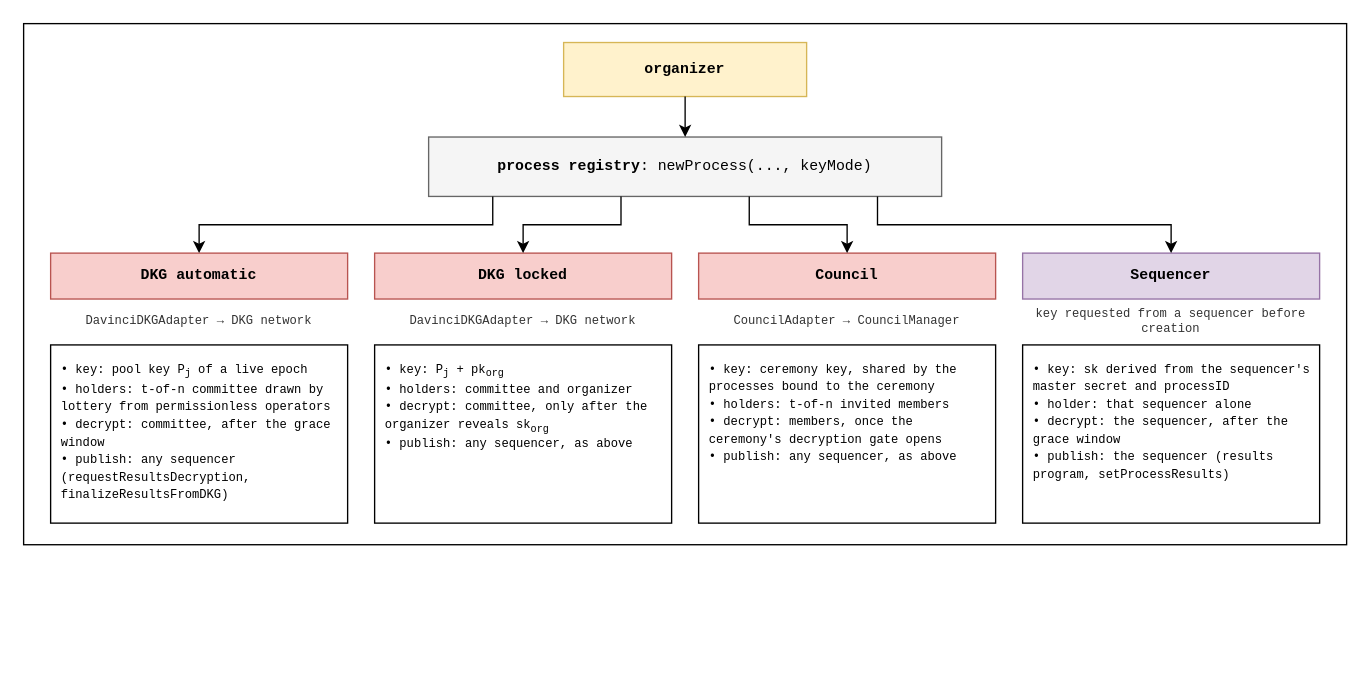
Before: v2/figures/key-modes.drawio in vocdoni/davinci-paper, a draw.io diagram. Source tidied: cells renumbered, new cells numbered last; positions are measured from the earlier drawing's top-left corner, leaving out a move shared by most shapes. Both pictures are drawn from the tidied source at 135%, with x=0, y=0 at pixel (23, 23).
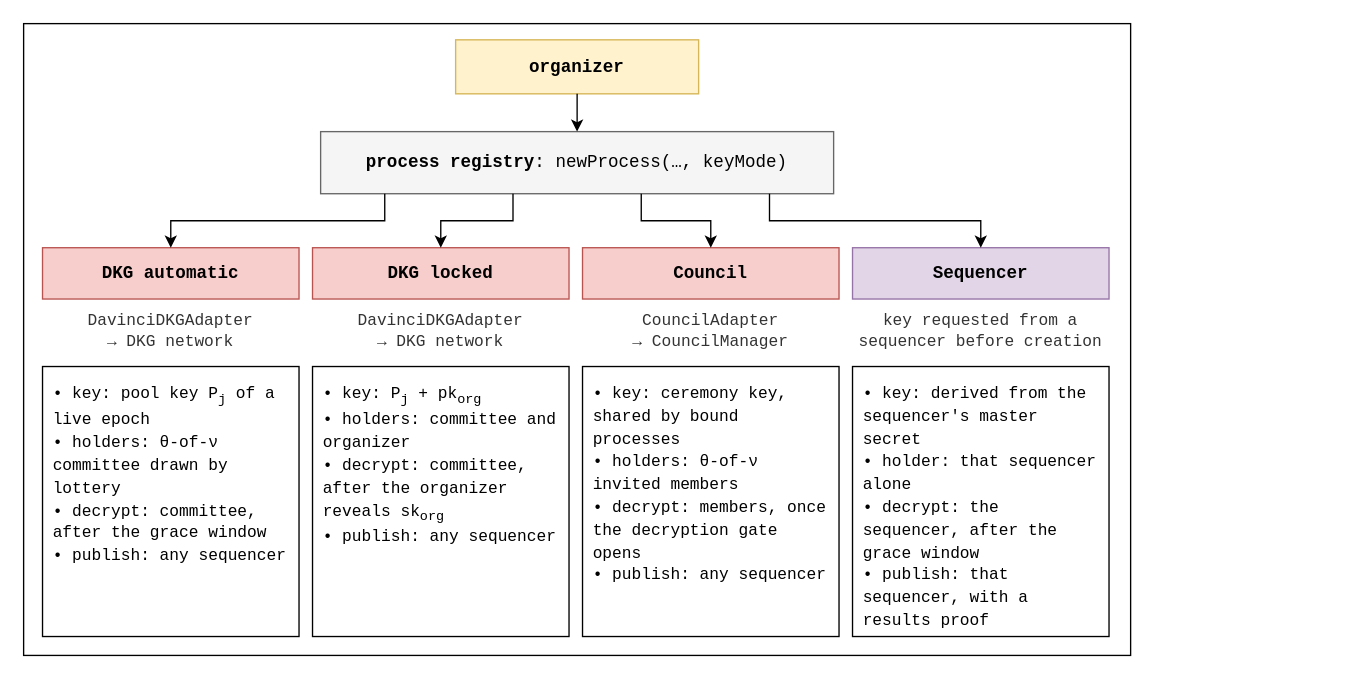
Above is the later version.

Change to the diagram source:
```diff
@@
+    <mxCell id="21" style="rounded=0;whiteSpace=wrap;html=1;fontSize=11;fillColor=none;strokeColor=#000000;fontFamily=Courier New;verticalAlign=top;align=center;spacingTop=4;spacingLeft=6;fontStyle=1;" parent="1" vertex="1">
+      <mxGeometry width="820" height="468" as="geometry" />
+    </mxCell>
-    <mxCell id="2" style="rounded=0;whiteSpace=wrap;html=1;fontSize=11;fillColor=none;strokeColor=#000000;fontFamily=Courier New;verticalAlign=top;align=center;spacingTop=4;spacingLeft=6;fontStyle=1;" parent="1" vertex="1">
-      <mxGeometry width="980" height="386" as="geometry" />
+    <mxCell id="2" value="&lt;b&gt;organizer&lt;/b&gt;" style="rounded=0;whiteSpace=wrap;html=1;fontSize=13;fillColor=#fff2cc;strokeColor=#d6b656;fontFamily=Courier New;align=center;verticalAlign=middle;" parent="1" vertex="1">
+      <mxGeometry x="320" y="12" width="180" height="40" as="geometry" />
     </mxCell>
-    <mxCell id="3" value="&lt;b&gt;organizer&lt;/b&gt;" style="rounded=0;whiteSpace=wrap;html=1;fontSize=11;fillColor=#fff2cc;strokeColor=#d6b656;fontFamily=Courier New;align=center;verticalAlign=middle;" parent="1" vertex="1">
-      <mxGeometry x="400" y="14" width="180" height="40" as="geometry" />
+    <mxCell id="3" value="&lt;b&gt;process registry&lt;/b&gt;: newProcess(&amp;hellip;, keyMode)" style="rounded=0;whiteSpace=wrap;html=1;fontSize=13;fillColor=#f5f5f5;strokeColor=#666666;fontFamily=Courier New;align=center;verticalAlign=middle;" parent="1" vertex="1">
+      <mxGeometry x="220" y="80" width="380" height="46" as="geometry" />
     </mxCell>
-    <mxCell id="4" value="&lt;b&gt;process registry&lt;/b&gt;: newProcess(..., keyMode)" style="rounded=0;whiteSpace=wrap;html=1;fontSize=11;fillColor=#f5f5f5;strokeColor=#666666;fontFamily=Courier New;align=center;verticalAlign=middle;" parent="1" vertex="1">
-      <mxGeometry x="300" y="84" width="380" height="44" as="geometry" />
+    <mxCell id="4" style="edgeStyle=orthogonalEdgeStyle;rounded=0;html=1;endArrow=classic;startArrow=none;endSize=6;startSize=6;fontSize=10;fontFamily=Courier New;strokeColor=#000000;strokeWidth=1;labelBackgroundColor=#ffffff;exitX=0.5;exitY=1;exitDx=0;exitDy=0;entryX=0.5;entryY=0;entryDx=0;entryDy=0;" parent="1" edge="1" source="2" target="3">
+      <mxGeometry relative="1" as="geometry" />
     </mxCell>
-    <mxCell id="5" style="edgeStyle=orthogonalEdgeStyle;rounded=0;html=1;endArrow=classic;startArrow=none;endSize=6;startSize=6;fontSize=10;fontFamily=Courier New;strokeColor=#000000;strokeWidth=1;labelBackgroundColor=#ffffff;exitX=0.5;exitY=1;exitDx=0;exitDy=0;entryX=0.5;entryY=0;entryDx=0;entryDy=0;" parent="1" edge="1" source="3" target="4">
-      <mxGeometry relative="1" as="geometry" />
+    <mxCell id="5" value="&lt;b&gt;DKG automatic&lt;/b&gt;" style="rounded=0;whiteSpace=wrap;html=1;fontSize=13;fillColor=#f8cecc;strokeColor=#b85450;fontFamily=Courier New;align=center;verticalAlign=middle;" parent="1" vertex="1">
+      <mxGeometry x="14" y="166" width="190" height="38" as="geometry" />
     </mxCell>
-    <mxCell id="6" value="&lt;b&gt;DKG automatic&lt;/b&gt;" style="rounded=0;whiteSpace=wrap;html=1;fontSize=11;fillColor=#f8cecc;strokeColor=#b85450;fontFamily=Courier New;align=center;verticalAlign=middle;" parent="1" vertex="1">
-      <mxGeometry x="20" y="170" width="220" height="34" as="geometry" />
+    <mxCell id="6" style="edgeStyle=orthogonalEdgeStyle;rounded=0;html=1;endArrow=classic;startArrow=none;endSize=6;startSize=6;fontSize=10;fontFamily=Courier New;strokeColor=#000000;strokeWidth=1;labelBackgroundColor=#ffffff;exitX=0.125;exitY=1;exitDx=0;exitDy=0;entryX=0.5;entryY=0;entryDx=0;entryDy=0;" parent="1" edge="1" source="3" target="5">
+      <mxGeometry relative="1" as="geometry" />
     </mxCell>
-    <mxCell id="7" style="edgeStyle=orthogonalEdgeStyle;rounded=0;html=1;endArrow=classic;startArrow=none;endSize=6;startSize=6;fontSize=10;fontFamily=Courier New;strokeColor=#000000;strokeWidth=1;labelBackgroundColor=#ffffff;exitX=0.125;exitY=1;exitDx=0;exitDy=0;entryX=0.5;entryY=0;entryDx=0;entryDy=0;" parent="1" edge="1" source="4" target="6">
-      <mxGeometry relative="1" as="geometry" />
+    <mxCell id="7" value="DavinciDKGAdapter&lt;br&gt;&amp;rarr; DKG network" style="text;html=1;whiteSpace=wrap;fontSize=12;fontFamily=Courier New;align=center;verticalAlign=middle;fontColor=#333333;" parent="1" vertex="1">
+      <mxGeometry x="14" y="208" width="190" height="40" as="geometry" />
     </mxCell>
-    <mxCell id="8" value="DavinciDKGAdapter &amp;rarr; DKG network" style="text;html=1;whiteSpace=wrap;fontSize=9;fontFamily=Courier New;align=center;verticalAlign=middle;fontColor=#333333;" parent="1" vertex="1">
-      <mxGeometry x="20" y="206" width="220" height="30" as="geometry" />
+    <mxCell id="8" value="&lt;div style='text-align:left;line-height:1.4'&gt;&amp;bull; key: pool key P&lt;sub&gt;j&lt;/sub&gt; of a live epoch&lt;br&gt;&amp;bull; holders: &amp;theta;-of-&amp;nu; committee drawn by lottery&lt;br&gt;&amp;bull; decrypt: committee, after the grace window&lt;br&gt;&amp;bull; publish: any sequencer&lt;/div&gt;" style="rounded=0;whiteSpace=wrap;html=1;fontSize=12;fillColor=#ffffff;strokeColor=#000000;fontFamily=Courier New;align=left;verticalAlign=top;spacingLeft=6;spacingTop=6;spacingRight=4;" parent="1" vertex="1">
+      <mxGeometry x="14" y="254" width="190" height="200" as="geometry" />
     </mxCell>
-    <mxCell id="9" value="&lt;div style='text-align:left;line-height:1.45'&gt;&amp;bull; key: pool key P&lt;sub&gt;j&lt;/sub&gt; of a live epoch&lt;br&gt;&amp;bull; holders: t-of-n committee drawn by lottery from permissionless operators&lt;br&gt;&amp;bull; decrypt: committee, after the grace window&lt;br&gt;&amp;bull; publish: any sequencer (requestResultsDecryption, finalizeResultsFromDKG)&lt;/div&gt;" style="rounded=0;whiteSpace=wrap;html=1;fontSize=9;fillColor=#ffffff;strokeColor=#000000;fontFamily=Courier New;align=left;verticalAlign=top;spacingLeft=6;spacingTop=6;spacingRight=6;" parent="1" vertex="1">
-      <mxGeometry x="20" y="238" width="220" height="132" as="geometry" />
+    <mxCell id="9" value="&lt;b&gt;DKG locked&lt;/b&gt;" style="rounded=0;whiteSpace=wrap;html=1;fontSize=13;fillColor=#f8cecc;strokeColor=#b85450;fontFamily=Courier New;align=center;verticalAlign=middle;" parent="1" vertex="1">
+      <mxGeometry x="214" y="166" width="190" height="38" as="geometry" />
     </mxCell>
-    <mxCell id="10" value="&lt;b&gt;DKG locked&lt;/b&gt;" style="rounded=0;whiteSpace=wrap;html=1;fontSize=11;fillColor=#f8cecc;strokeColor=#b85450;fontFamily=Courier New;align=center;verticalAlign=middle;" parent="1" vertex="1">
-      <mxGeometry x="260" y="170" width="220" height="34" as="geometry" />
+    <mxCell id="10" style="edgeStyle=orthogonalEdgeStyle;rounded=0;html=1;endArrow=classic;startArrow=none;endSize=6;startSize=6;fontSize=10;fontFamily=Courier New;strokeColor=#000000;strokeWidth=1;labelBackgroundColor=#ffffff;exitX=0.375;exitY=1;exitDx=0;exitDy=0;entryX=0.5;entryY=0;entryDx=0;entryDy=0;" parent="1" edge="1" source="3" target="9">
+      <mxGeometry relative="1" as="geometry" />
     </mxCell>
-    <mxCell id="11" style="edgeStyle=orthogonalEdgeStyle;rounded=0;html=1;endArrow=classic;startArrow=none;endSize=6;startSize=6;fontSize=10;fontFamily=Courier New;strokeColor=#000000;strokeWidth=1;labelBackgroundColor=#ffffff;exitX=0.375;exitY=1;exitDx=0;exitDy=0;entryX=0.5;entryY=0;entryDx=0;entryDy=0;" parent="1" edge="1" source="4" target="10">
-      <mxGeometry relative="1" as="geometry" />
+    <mxCell id="11" value="DavinciDKGAdapter&lt;br&gt;&amp;rarr; DKG network" style="text;html=1;whiteSpace=wrap;fontSize=12;fontFamily=Courier New;align=center;verticalAlign=middle;fontColor=#333333;" parent="1" vertex="1">
+      <mxGeometry x="214" y="208" width="190" height="40" as="geometry" />
     </mxCell>
-    <mxCell id="12" value="DavinciDKGAdapter &amp;rarr; DKG network" style="text;html=1;whiteSpace=wrap;fontSize=9;fontFamily=Courier New;align=center;verticalAlign=middle;fontColor=#333333;" parent="1" vertex="1">
-      <mxGeometry x="260" y="206" width="220" height="30" as="geometry" />
+    <mxCell id="12" value="&lt;div style='text-align:left;line-height:1.4'&gt;&amp;bull; key: P&lt;sub&gt;j&lt;/sub&gt; + pk&lt;sub&gt;org&lt;/sub&gt;&lt;br&gt;&amp;bull; holders: committee and organizer&lt;br&gt;&amp;bull; decrypt: committee, after the organizer reveals sk&lt;sub&gt;org&lt;/sub&gt;&lt;br&gt;&amp;bull; publish: any sequencer&lt;/div&gt;" style="rounded=0;whiteSpace=wrap;html=1;fontSize=12;fillColor=#ffffff;strokeColor=#000000;fontFamily=Courier New;align=left;verticalAlign=top;spacingLeft=6;spacingTop=6;spacingRight=4;" parent="1" vertex="1">
+      <mxGeometry x="214" y="254" width="190" height="200" as="geometry" />
     </mxCell>
-    <mxCell id="13" value="&lt;div style='text-align:left;line-height:1.45'&gt;&amp;bull; key: P&lt;sub&gt;j&lt;/sub&gt; + pk&lt;sub&gt;org&lt;/sub&gt;&lt;br&gt;&amp;bull; holders: committee and organizer&lt;br&gt;&amp;bull; decrypt: committee, only after the organizer reveals sk&lt;sub&gt;org&lt;/sub&gt;&lt;br&gt;&amp;bull; publish: any sequencer, as above&lt;/div&gt;" style="rounded=0;whiteSpace=wrap;html=1;fontSize=9;fillColor=#ffffff;strokeColor=#000000;fontFamily=Courier New;align=left;verticalAlign=top;spacingLeft=6;spacingTop=6;spacingRight=6;" parent="1" vertex="1">
-      <mxGeometry x="260" y="238" width="220" height="132" as="geometry" />
+    <mxCell id="13" value="&lt;b&gt;Council&lt;/b&gt;" style="rounded=0;whiteSpace=wrap;html=1;fontSize=13;fillColor=#f8cecc;strokeColor=#b85450;fontFamily=Courier New;align=center;verticalAlign=middle;" parent="1" vertex="1">
+      <mxGeometry x="414" y="166" width="190" height="38" as="geometry" />
     </mxCell>
-    <mxCell id="14" value="&lt;b&gt;Council&lt;/b&gt;" style="rounded=0;whiteSpace=wrap;html=1;fontSize=11;fillColor=#f8cecc;strokeColor=#b85450;fontFamily=Courier New;align=center;verticalAlign=middle;" parent="1" vertex="1">
-      <mxGeometry x="500" y="170" width="220" height="34" as="geometry" />
+    <mxCell id="14" style="edgeStyle=orthogonalEdgeStyle;rounded=0;html=1;endArrow=classic;startArrow=none;endSize=6;startSize=6;fontSize=10;fontFamily=Courier New;strokeColor=#000000;strokeWidth=1;labelBackgroundColor=#ffffff;exitX=0.625;exitY=1;exitDx=0;exitDy=0;entryX=0.5;entryY=0;entryDx=0;entryDy=0;" parent="1" edge="1" source="3" target="13">
+      <mxGeometry relative="1" as="geometry" />
     </mxCell>
-    <mxCell id="15" style="edgeStyle=orthogonalEdgeStyle;rounded=0;html=1;endArrow=classic;startArrow=none;endSize=6;startSize=6;fontSize=10;fontFamily=Courier New;strokeColor=#000000;strokeWidth=1;labelBackgroundColor=#ffffff;exitX=0.625;exitY=1;exitDx=0;exitDy=0;entryX=0.5;entryY=0;entryDx=0;entryDy=0;" parent="1" edge="1" source="4" target="14">
-      <mxGeometry relative="1" as="geometry" />
+    <mxCell id="15" value="CouncilAdapter&lt;br&gt;&amp;rarr; CouncilManager" style="text;html=1;whiteSpace=wrap;fontSize=12;fontFamily=Courier New;align=center;verticalAlign=middle;fontColor=#333333;" parent="1" vertex="1">
+      <mxGeometry x="414" y="208" width="190" height="40" as="geometry" />
     </mxCell>
-    <mxCell id="16" value="CouncilAdapter &amp;rarr; CouncilManager" style="text;html=1;whiteSpace=wrap;fontSize=9;fontFamily=Courier New;align=center;verticalAlign=middle;fontColor=#333333;" parent="1" vertex="1">
-      <mxGeometry x="500" y="206" width="220" height="30" as="geometry" />
+    <mxCell id="16" value="&lt;div style='text-align:left;line-height:1.4'&gt;&amp;bull; key: ceremony key, shared by bound processes&lt;br&gt;&amp;bull; holders: &amp;theta;-of-&amp;nu; invited members&lt;br&gt;&amp;bull; decrypt: members, once the decryption gate opens&lt;br&gt;&amp;bull; publish: any sequencer&lt;/div&gt;" style="rounded=0;whiteSpace=wrap;html=1;fontSize=12;fillColor=#ffffff;strokeColor=#000000;fontFamily=Courier New;align=left;verticalAlign=top;spacingLeft=6;spacingTop=6;spacingRight=4;" parent="1" vertex="1">
+      <mxGeometry x="414" y="254" width="190" height="200" as="geometry" />
     </mxCell>
-    <mxCell id="17" value="&lt;div style='text-align:left;line-height:1.45'&gt;&amp;bull; key: ceremony key, shared by the processes bound to the ceremony&lt;br&gt;&amp;bull; holders: t-of-n invited members&lt;br&gt;&amp;bull; decrypt: members, once the ceremony's decryption gate opens&lt;br&gt;&amp;bull; publish: any sequencer, as above&lt;/div&gt;" style="rounded=0;whiteSpace=wrap;html=1;fontSize=9;fillColor=#ffffff;strokeColor=#000000;fontFamily=Courier New;align=left;verticalAlign=top;spacingLeft=6;spacingTop=6;spacingRight=6;" parent="1" vertex="1">
-      <mxGeometry x="500" y="238" width="220" height="132" as="geometry" />
+    <mxCell id="17" value="&lt;b&gt;Sequencer&lt;/b&gt;" style="rounded=0;whiteSpace=wrap;html=1;fontSize=13;fillColor=#e1d5e7;strokeColor=#9673a6;fontFamily=Courier New;align=center;verticalAlign=middle;" parent="1" vertex="1">
+      <mxGeometry x="614" y="166" width="190" height="38" as="geometry" />
     </mxCell>
-    <mxCell id="18" value="&lt;b&gt;Sequencer&lt;/b&gt;" style="rounded=0;whiteSpace=wrap;html=1;fontSize=11;fillColor=#e1d5e7;strokeColor=#9673a6;fontFamily=Courier New;align=center;verticalAlign=middle;" parent="1" vertex="1">
-      <mxGeometry x="740" y="170" width="220" height="34" as="geometry" />
+    <mxCell id="18" style="edgeStyle=orthogonalEdgeStyle;rounded=0;html=1;endArrow=classic;startArrow=none;endSize=6;startSize=6;fontSize=10;fontFamily=Courier New;strokeColor=#000000;strokeWidth=1;labelBackgroundColor=#ffffff;exitX=0.875;exitY=1;exitDx=0;exitDy=0;entryX=0.5;entryY=0;entryDx=0;entryDy=0;" parent="1" edge="1" source="3" target="17">
+      <mxGeometry relative="1" as="geometry" />
     </mxCell>
-    <mxCell id="19" style="edgeStyle=orthogonalEdgeStyle;rounded=0;html=1;endArrow=classic;startArrow=none;endSize=6;startSize=6;fontSize=10;fontFamily=Courier New;strokeColor=#000000;strokeWidth=1;labelBackgroundColor=#ffffff;exitX=0.875;exitY=1;exitDx=0;exitDy=0;entryX=0.5;entryY=0;entryDx=0;entryDy=0;" parent="1" edge="1" source="4" target="18">
-      <mxGeometry relative="1" as="geometry" />
+    <mxCell id="19" value="key requested from a&lt;br&gt;sequencer before creation" style="text;html=1;whiteSpace=wrap;fontSize=12;fontFamily=Courier New;align=center;verticalAlign=middle;fontColor=#333333;" parent="1" vertex="1">
+      <mxGeometry x="614" y="208" width="190" height="40" as="geometry" />
     </mxCell>
-    <mxCell id="20" value="key requested from a sequencer before creation" style="text;html=1;whiteSpace=wrap;fontSize=9;fontFamily=Courier New;align=center;verticalAlign=middle;fontColor=#333333;" parent="1" vertex="1">
-      <mxGeometry x="740" y="206" width="220" height="30" as="geometry" />
+    <mxCell id="20" value="&lt;div style='text-align:left;line-height:1.4'&gt;&amp;bull; key: derived from the sequencer's master secret&lt;br&gt;&amp;bull; holder: that sequencer alone&lt;br&gt;&amp;bull; decrypt: the sequencer, after the grace window&lt;br&gt;&amp;bull; publish: that sequencer, with a results proof&lt;/div&gt;" style="rounded=0;whiteSpace=wrap;html=1;fontSize=12;fillColor=#ffffff;strokeColor=#000000;fontFamily=Courier New;align=left;verticalAlign=top;spacingLeft=6;spacingTop=6;spacingRight=4;" parent="1" vertex="1">
+      <mxGeometry x="614" y="254" width="190" height="200" as="geometry" />
     </mxCell>
-    <mxCell id="21" value="&lt;div style='text-align:left;line-height:1.45'&gt;&amp;bull; key: sk derived from the sequencer's master secret and processID&lt;br&gt;&amp;bull; holder: that sequencer alone&lt;br&gt;&amp;bull; decrypt: the sequencer, after the grace window&lt;br&gt;&amp;bull; publish: the sequencer (results program, setProcessResults)&lt;/div&gt;" style="rounded=0;whiteSpace=wrap;html=1;fontSize=9;fillColor=#ffffff;strokeColor=#000000;fontFamily=Courier New;align=left;verticalAlign=top;spacingLeft=6;spacingTop=6;spacingRight=6;" parent="1" vertex="1">
-      <mxGeometry x="740" y="238" width="220" height="132" as="geometry" />
-    </mxCell>
```
